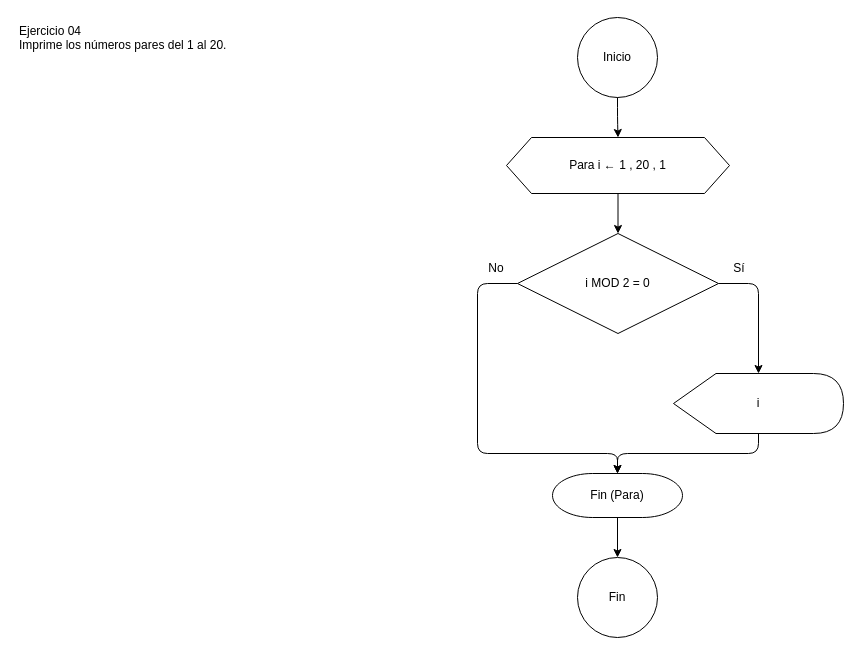
This is DATOS Y ALGORITMOS/Practica/2_Repeticion_Para_Mientras/Ejercicio_04/diagrama.drawio from gonzalogiolitti/facultad-tcd, a draw.io file, before an edit. Source tidied: cells renumbered, new cells numbered last; positions are measured from the earlier drawing's top-left corner, leaving out a move shared by most shapes. Both pictures are drawn from the tidied source at 100%, with x=0, y=0 at pixel (17, 17).
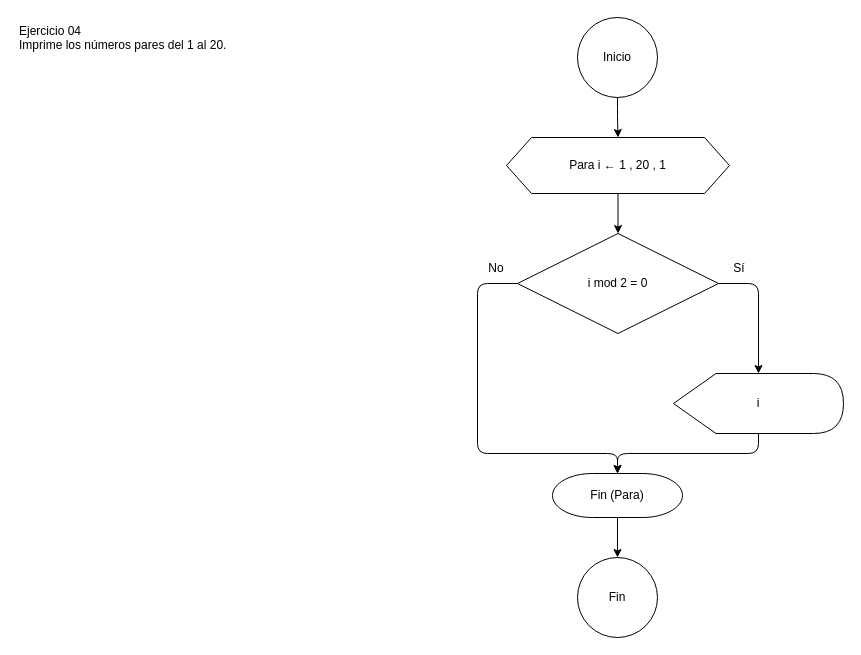
Above is the later version.

Diff of the diagram source:
```diff
@@
-    <mxCell id="5" value="i MOD 2 = 0" style="rhombus;whiteSpace=wrap;html=1;" parent="1" vertex="1">
+    <mxCell id="5" value="i mod 2 = 0" style="rhombus;whiteSpace=wrap;html=1;" parent="1" vertex="1">
       <mxGeometry x="500" y="216" width="201" height="100" as="geometry" />
     </mxCell>
```
